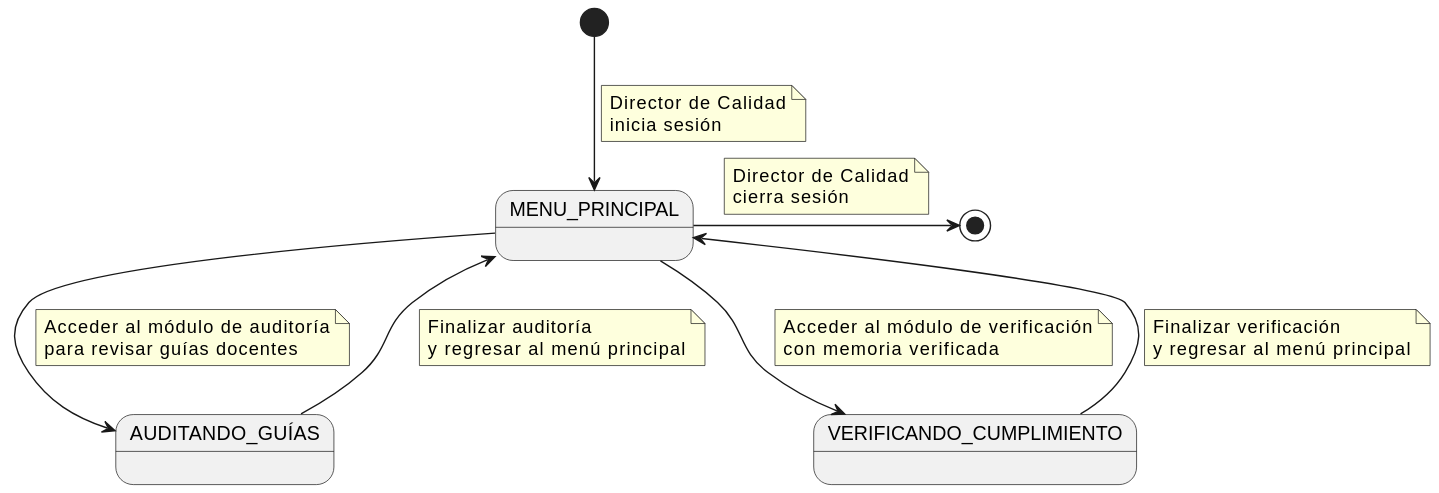
mmasias/24-25-IdSw1-SDR keeps this PlantUML diagram as images/modelosUML/DiagramasContexto/DiagramaDeContextoDirectorCalidad.svg. Above is the earlier version.
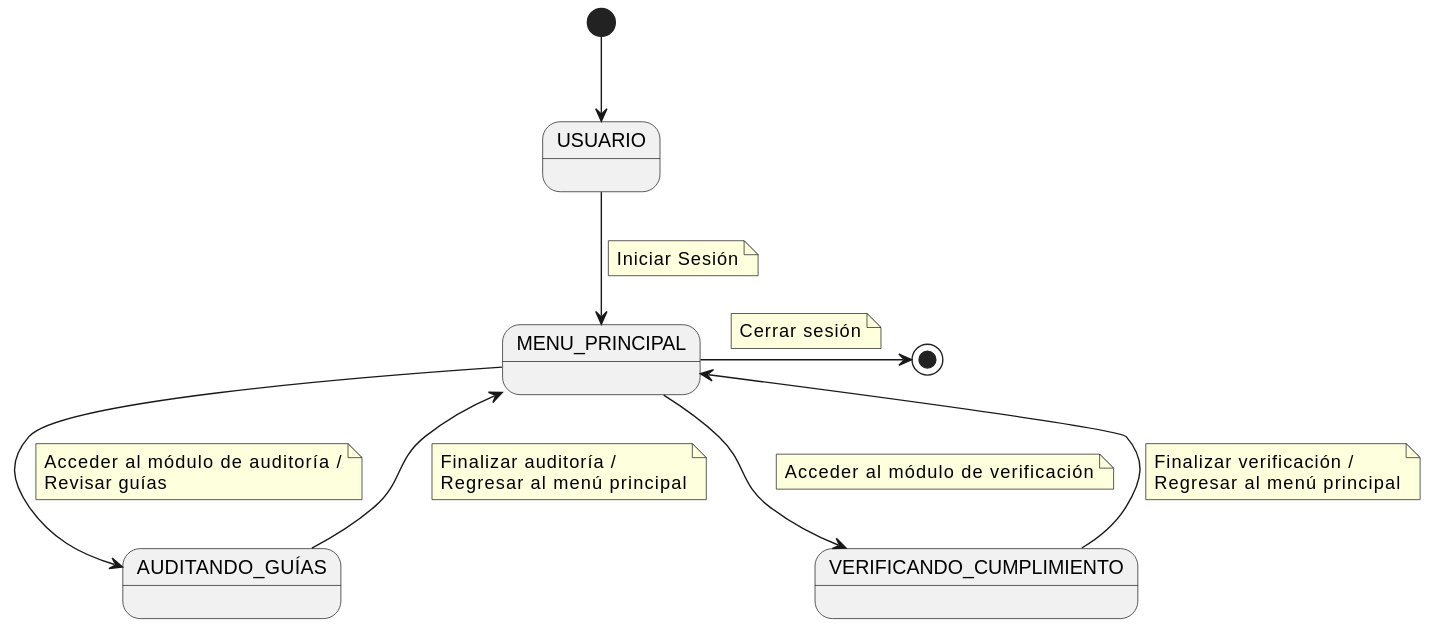
The same file after the commit.

Change to the diagram source:
```diff
@@ -1,41 +1,42 @@
 @startuml
+state "USUARIO" as Usuario
 state "MENU_PRINCIPAL" as MenuPrincipal
 state "AUDITANDO_GUÍAS" as AuditandoGuias
 state "VERIFICANDO_CUMPLIMIENTO" as VerificandoCumplimiento
 
-[*] --> MenuPrincipal
-    note on link
-        Director de Calidad
-        inicia sesión
+[*] -->Usuario
+
+Usuario --> MenuPrincipal
+     note on link
+       Iniciar Sesión
     end note
 
 MenuPrincipal -> [*]
     note on link
-        Director de Calidad
-        cierra sesión
+        Cerrar sesión
     end note
+
 
 MenuPrincipal --> AuditandoGuias
     note on link
-        Acceder al módulo de auditoría
-        para revisar guías docentes
+        Acceder al módulo de auditoría /
+        Revisar guías
     end note
 
 AuditandoGuias --> MenuPrincipal
     note on link
-        Finalizar auditoría
-        y regresar al menú principal
+        Finalizar auditoría /
+        Regresar al menú principal
     end note
 
 MenuPrincipal --> VerificandoCumplimiento
     note on link
         Acceder al módulo de verificación
-        con memoria verificada
     end note
 
 VerificandoCumplimiento --> MenuPrincipal
     note on link
-        Finalizar verificación
-        y regresar al menú principal
+        Finalizar verificación /
+        Regresar al menú principal
     end note
 @enduml
```
